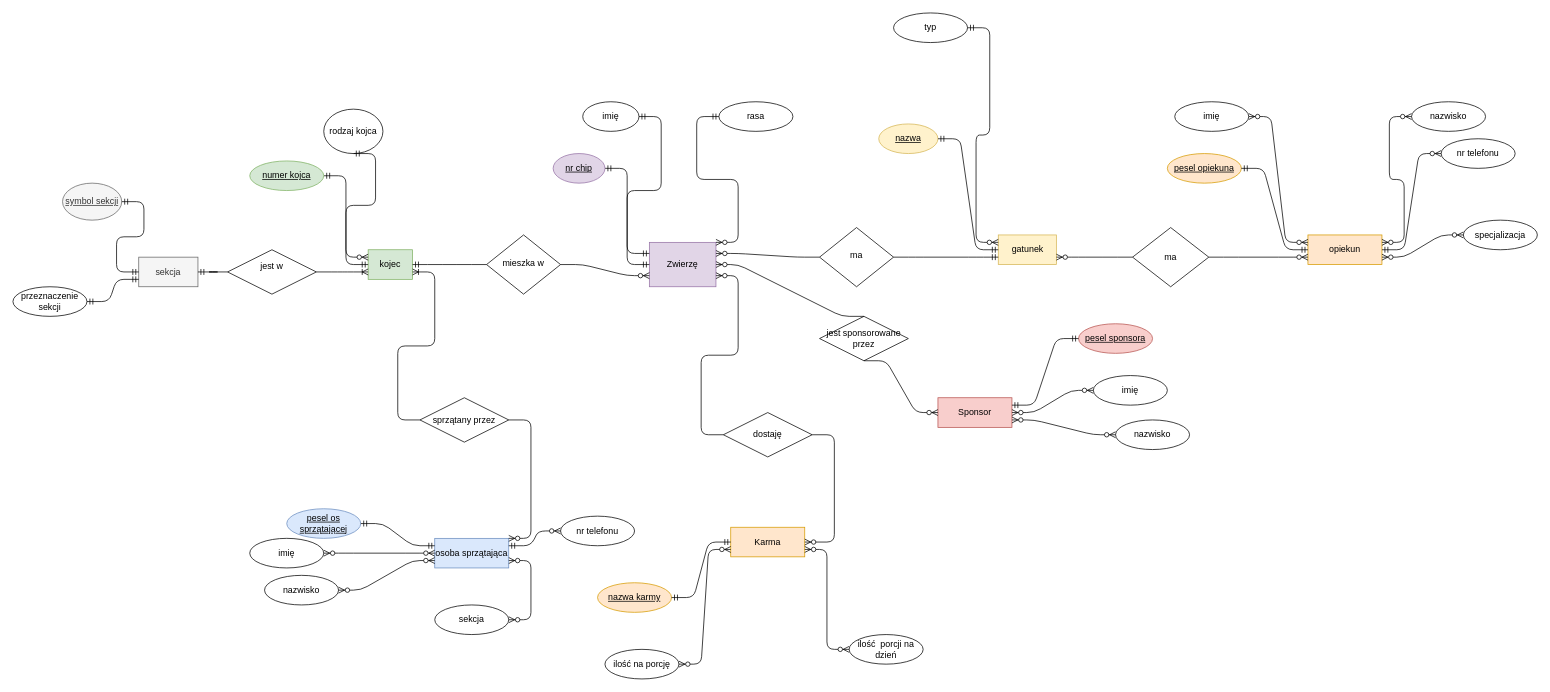
Above: zooerd.drawio in Taviii/RBD (draw.io), before the change. Source tidied: cells renumbered, new cells numbered last; positions are measured from the earlier drawing's top-left corner, leaving out a move shared by most shapes. Both pictures are drawn from the tidied source at 74%, with x=0, y=0 at pixel (13, 13).
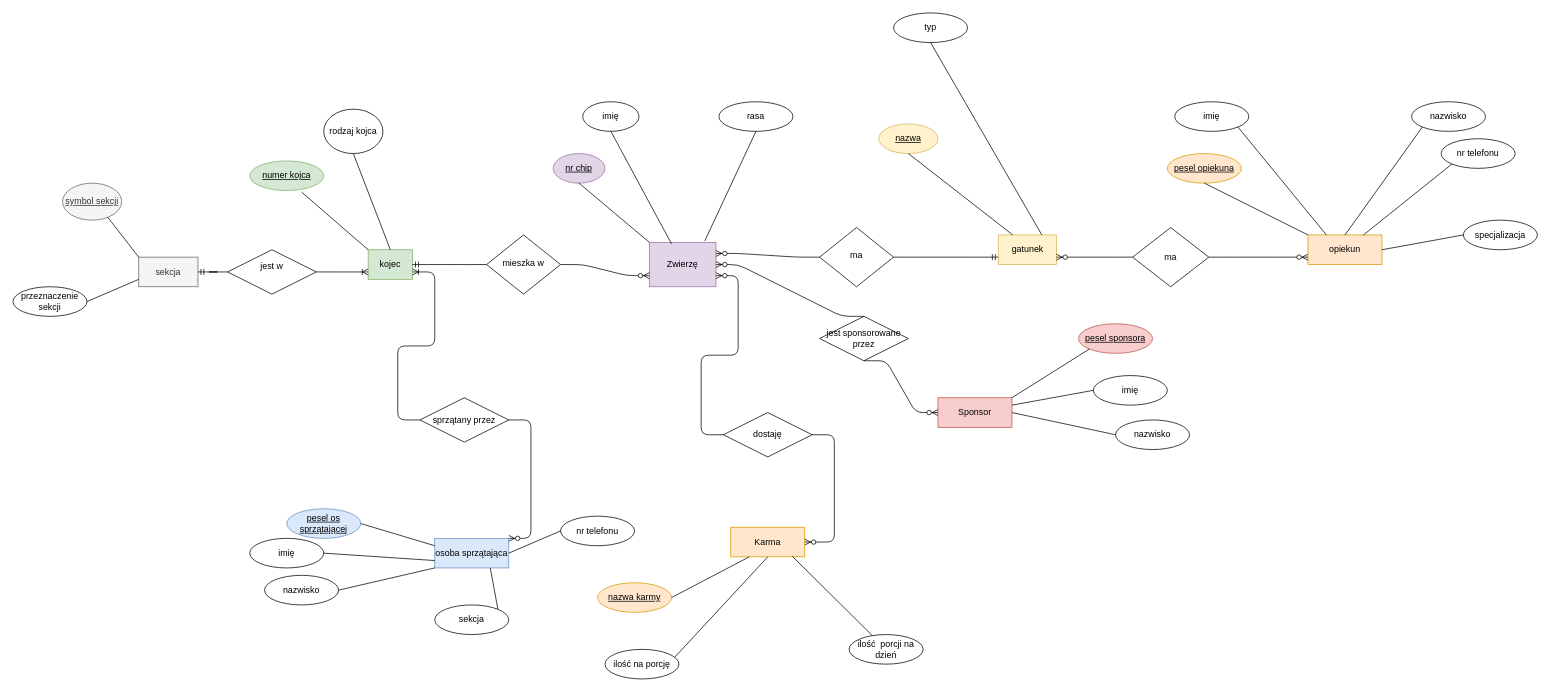
Above is the later version.

The change refers to these unchanged cells:
```xml
<mxCell id="5" value="Zwierzę" style="rounded=0;whiteSpace=wrap;html=1;fillColor=#e1d5e7;strokeColor=#9673a6;" parent="1" vertex="1">
<mxCell id="6" value="kojec" style="rounded=0;whiteSpace=wrap;html=1;fillColor=#d5e8d4;strokeColor=#82b366;" parent="1" vertex="1">
<mxCell id="8" value="sekcja" style="rounded=0;whiteSpace=wrap;html=1;fillColor=#f5f5f5;strokeColor=#666666;fontColor=#333333;" parent="1" vertex="1">
<mxCell id="10" value="imię" style="ellipse;whiteSpace=wrap;html=1;" parent="1" vertex="1">
<mxCell id="14" value="rodzaj kojca" style="ellipse;whiteSpace=wrap;html=1;" parent="1" vertex="1">
<mxCell id="15" value="gatunek" style="rounded=0;whiteSpace=wrap;html=1;fillColor=#fff2cc;strokeColor=#d6b656;" parent="1" vertex="1">
<mxCell id="19" value="opiekun" style="whiteSpace=wrap;html=1;align=center;fillColor=#ffe6cc;strokeColor=#d79b00;" parent="1" vertex="1">
<mxCell id="20" value="Sponsor" style="whiteSpace=wrap;html=1;align=center;fillColor=#f8cecc;strokeColor=#b85450;" parent="1" vertex="1">
<mxCell id="21" value="osoba sprzątająca" style="whiteSpace=wrap;html=1;align=center;fillColor=#dae8fc;strokeColor=#6c8ebf;" parent="1" vertex="1">
<mxCell id="33" value="numer kojca" style="ellipse;whiteSpace=wrap;html=1;align=center;fontStyle=4;fillColor=#d5e8d4;strokeColor=#82b366;" parent="1" vertex="1">
<mxCell id="34" value="nr chip" style="ellipse;whiteSpace=wrap;html=1;align=center;fontStyle=4;fillColor=#e1d5e7;strokeColor=#9673a6;" parent="1" vertex="1">
<mxCell id="35" value="symbol sekcji" style="ellipse;whiteSpace=wrap;html=1;align=center;fontStyle=4;fillColor=#f5f5f5;strokeColor=#666666;fontColor=#333333;" parent="1" vertex="1">
<mxCell id="37" value="nazwa" style="ellipse;whiteSpace=wrap;html=1;align=center;fontStyle=4;fillColor=#fff2cc;strokeColor=#d6b656;" parent="1" vertex="1">
<mxCell id="39" value="typ" style="ellipse;whiteSpace=wrap;html=1;align=center;" parent="1" vertex="1">
<mxCell id="41" value="rasa" style="ellipse;whiteSpace=wrap;html=1;align=center;" parent="1" vertex="1">
<mxCell id="43" value="pesel opiekuna" style="ellipse;whiteSpace=wrap;html=1;align=center;fontStyle=4;fillColor=#ffe6cc;strokeColor=#d79b00;" parent="1" vertex="1">
<mxCell id="45" value="imię" style="ellipse;whiteSpace=wrap;html=1;align=center;" parent="1" vertex="1">
<mxCell id="46" value="nazwisko" style="ellipse;whiteSpace=wrap;html=1;align=center;" parent="1" vertex="1">
<mxCell id="47" value="nr telefonu" style="ellipse;whiteSpace=wrap;html=1;align=center;" parent="1" vertex="1">
<mxCell id="48" value="specjalizacja" style="ellipse;whiteSpace=wrap;html=1;align=center;" parent="1" vertex="1">
<mxCell id="53" value="Karma" style="whiteSpace=wrap;html=1;align=center;fillColor=#ffe6cc;strokeColor=#d79b00;" parent="1" vertex="1">
<mxCell id="57" value="pesel sponsora" style="ellipse;whiteSpace=wrap;html=1;align=center;fontStyle=4;fillColor=#f8cecc;strokeColor=#b85450;" parent="1" vertex="1">
<mxCell id="58" value="imię" style="ellipse;whiteSpace=wrap;html=1;align=center;" parent="1" vertex="1">
<mxCell id="59" value="nazwisko" style="ellipse;whiteSpace=wrap;html=1;align=center;" parent="1" vertex="1">
<mxCell id="63" value="nazwa karmy" style="ellipse;whiteSpace=wrap;html=1;align=center;fontStyle=4;fillColor=#ffe6cc;strokeColor=#d79b00;" parent="1" vertex="1">
<mxCell id="64" value="ilość na porcję" style="ellipse;whiteSpace=wrap;html=1;align=center;" parent="1" vertex="1">
<mxCell id="65" value="ilość&amp;nbsp; porcji na dzień" style="ellipse;whiteSpace=wrap;html=1;align=center;" parent="1" vertex="1">
<mxCell id="69" value="pesel os sprzątającej" style="ellipse;whiteSpace=wrap;html=1;align=center;fontStyle=4;fillColor=#dae8fc;strokeColor=#6c8ebf;" parent="1" vertex="1">
<mxCell id="70" value="imię" style="ellipse;whiteSpace=wrap;html=1;align=center;" parent="1" vertex="1">
<mxCell id="71" value="nazwisko" style="ellipse;whiteSpace=wrap;html=1;align=center;" parent="1" vertex="1">
<mxCell id="72" value="nr telefonu" style="ellipse;whiteSpace=wrap;html=1;align=center;" parent="1" vertex="1">
<mxCell id="73" value="sekcja" style="ellipse;whiteSpace=wrap;html=1;align=center;" parent="1" vertex="1">
```

What changed in the source:
```diff
@@
-    <mxCell id="9" style="edgeStyle=entityRelationEdgeStyle;fontSize=12;html=1;endArrow=ERmandOne;startArrow=ERmandOne;entryX=1;entryY=0.5;entryDx=0;entryDy=0;exitX=0;exitY=0.25;exitDx=0;exitDy=0;" parent="1" edge="1" source="5" target="34">
-      <mxGeometry relative="1" as="geometry" />
-    </mxCell>
@@
-    <mxCell id="11" style="edgeStyle=entityRelationEdgeStyle;fontSize=12;html=1;endArrow=ERmandOne;startArrow=ERmandOne;entryX=1;entryY=0.5;entryDx=0;entryDy=0;exitX=0;exitY=0.5;exitDx=0;exitDy=0;" parent="1" edge="1" source="5" target="10">
-      <mxGeometry relative="1" as="geometry" />
-    </mxCell>
@@
-    <mxCell id="13" style="edgeStyle=entityRelationEdgeStyle;fontSize=12;html=1;endArrow=ERmandOne;startArrow=ERmandOne;entryX=1;entryY=0.5;entryDx=0;entryDy=0;exitX=0;exitY=0.5;exitDx=0;exitDy=0;" parent="1" edge="1" source="6" target="33">
-      <mxGeometry relative="1" as="geometry" />
-    </mxCell>
@@
-    <mxCell id="32" style="edgeStyle=entityRelationEdgeStyle;fontSize=12;html=1;endArrow=ERzeroToMany;startArrow=ERmandOne;exitX=0.5;exitY=1;exitDx=0;exitDy=0;entryX=0;entryY=0.25;entryDx=0;entryDy=0;" parent="1" edge="1" source="14" target="6">
-      <mxGeometry relative="1" as="geometry" />
-    </mxCell>
@@
-    <mxCell id="36" style="edgeStyle=entityRelationEdgeStyle;fontSize=12;html=1;endArrow=ERmandOne;startArrow=ERmandOne;entryX=1;entryY=0.5;entryDx=0;entryDy=0;exitX=0;exitY=0.5;exitDx=0;exitDy=0;" parent="1" edge="1" source="8" target="35">
-      <mxGeometry relative="1" as="geometry" />
-    </mxCell>
@@
-    <mxCell id="38" style="edgeStyle=entityRelationEdgeStyle;fontSize=12;html=1;endArrow=ERmandOne;startArrow=ERmandOne;entryX=1;entryY=0.5;entryDx=0;entryDy=0;exitX=0;exitY=0.5;exitDx=0;exitDy=0;" parent="1" edge="1" source="15" target="37">
-      <mxGeometry relative="1" as="geometry" />
-    </mxCell>
@@
-    <mxCell id="40" style="edgeStyle=entityRelationEdgeStyle;fontSize=12;html=1;endArrow=ERzeroToMany;startArrow=ERmandOne;exitX=1;exitY=0.5;exitDx=0;exitDy=0;entryX=0;entryY=0.25;entryDx=0;entryDy=0;" parent="1" edge="1" source="39" target="15">
-      <mxGeometry relative="1" as="geometry" />
-    </mxCell>
@@
-    <mxCell id="42" style="edgeStyle=entityRelationEdgeStyle;fontSize=12;html=1;endArrow=ERzeroToMany;startArrow=ERmandOne;exitX=0;exitY=0.5;exitDx=0;exitDy=0;entryX=1;entryY=0;entryDx=0;entryDy=0;" parent="1" edge="1" source="41" target="5">
-      <mxGeometry relative="1" as="geometry" />
-    </mxCell>
@@
-    <mxCell id="44" style="edgeStyle=entityRelationEdgeStyle;fontSize=12;html=1;endArrow=ERmandOne;startArrow=ERmandOne;entryX=1;entryY=0.5;entryDx=0;entryDy=0;exitX=0;exitY=0.5;exitDx=0;exitDy=0;" parent="1" edge="1" source="19" target="43">
-      <mxGeometry relative="1" as="geometry" />
-    </mxCell>
@@
-    <mxCell id="49" style="edgeStyle=entityRelationEdgeStyle;fontSize=12;html=1;endArrow=ERzeroToMany;endFill=1;startArrow=ERzeroToMany;entryX=1;entryY=0.5;entryDx=0;entryDy=0;exitX=0;exitY=0.25;exitDx=0;exitDy=0;" parent="1" edge="1" source="19" target="45">
-      <mxGeometry relative="1" as="geometry" />
-    </mxCell>
-    <mxCell id="50" style="edgeStyle=entityRelationEdgeStyle;fontSize=12;html=1;endArrow=ERzeroToMany;endFill=1;startArrow=ERzeroToMany;entryX=0;entryY=0.5;entryDx=0;entryDy=0;exitX=1;exitY=0.25;exitDx=0;exitDy=0;" parent="1" edge="1" source="19" target="46">
-      <mxGeometry relative="1" as="geometry" />
-    </mxCell>
-    <mxCell id="51" style="edgeStyle=entityRelationEdgeStyle;fontSize=12;html=1;endArrow=ERzeroToMany;startArrow=ERmandOne;entryX=0;entryY=0.5;entryDx=0;entryDy=0;" parent="1" edge="1" source="19" target="47">
-      <mxGeometry relative="1" as="geometry" />
-    </mxCell>
-    <mxCell id="52" style="edgeStyle=entityRelationEdgeStyle;fontSize=12;html=1;endArrow=ERzeroToMany;endFill=1;startArrow=ERzeroToMany;entryX=0;entryY=0.5;entryDx=0;entryDy=0;exitX=1;exitY=0.75;exitDx=0;exitDy=0;" parent="1" edge="1" source="19" target="48">
-      <mxGeometry relative="1" as="geometry" />
-    </mxCell>
@@
-    <mxCell id="60" style="edgeStyle=entityRelationEdgeStyle;fontSize=12;html=1;endArrow=ERmandOne;startArrow=ERmandOne;entryX=0;entryY=0.5;entryDx=0;entryDy=0;exitX=1;exitY=0.25;exitDx=0;exitDy=0;" parent="1" edge="1" source="20" target="57">
-      <mxGeometry relative="1" as="geometry" />
-    </mxCell>
-    <mxCell id="61" style="edgeStyle=entityRelationEdgeStyle;fontSize=12;html=1;endArrow=ERzeroToMany;endFill=1;startArrow=ERzeroToMany;entryX=0;entryY=0.5;entryDx=0;entryDy=0;exitX=1;exitY=0.5;exitDx=0;exitDy=0;" parent="1" edge="1" source="20" target="58">
-      <mxGeometry relative="1" as="geometry" />
-    </mxCell>
-    <mxCell id="62" style="edgeStyle=entityRelationEdgeStyle;fontSize=12;html=1;endArrow=ERzeroToMany;endFill=1;startArrow=ERzeroToMany;entryX=0;entryY=0.5;entryDx=0;entryDy=0;exitX=1;exitY=0.75;exitDx=0;exitDy=0;" parent="1" edge="1" source="20" target="59">
-      <mxGeometry relative="1" as="geometry" />
-    </mxCell>
@@
-    <mxCell id="66" style="edgeStyle=entityRelationEdgeStyle;fontSize=12;html=1;endArrow=ERmandOne;startArrow=ERmandOne;entryX=0;entryY=0.5;entryDx=0;entryDy=0;exitX=1;exitY=0.5;exitDx=0;exitDy=0;" parent="1" edge="1" source="63" target="53">
-      <mxGeometry relative="1" as="geometry" />
-    </mxCell>
-    <mxCell id="67" style="edgeStyle=entityRelationEdgeStyle;fontSize=12;html=1;endArrow=ERzeroToMany;endFill=1;startArrow=ERzeroToMany;entryX=0;entryY=0.75;entryDx=0;entryDy=0;exitX=1;exitY=0.5;exitDx=0;exitDy=0;" parent="1" edge="1" source="64" target="53">
-      <mxGeometry relative="1" as="geometry" />
-    </mxCell>
-    <mxCell id="68" style="edgeStyle=entityRelationEdgeStyle;fontSize=12;html=1;endArrow=ERzeroToMany;endFill=1;startArrow=ERzeroToMany;entryX=1;entryY=0.75;entryDx=0;entryDy=0;exitX=0;exitY=0.5;exitDx=0;exitDy=0;" parent="1" edge="1" source="65" target="53">
-      <mxGeometry relative="1" as="geometry" />
-    </mxCell>
@@
-    <mxCell id="74" style="edgeStyle=entityRelationEdgeStyle;fontSize=12;html=1;endArrow=ERmandOne;startArrow=ERmandOne;entryX=1;entryY=0.5;entryDx=0;entryDy=0;exitX=0;exitY=0.25;exitDx=0;exitDy=0;" parent="1" edge="1" source="21" target="69">
-      <mxGeometry relative="1" as="geometry" />
-    </mxCell>
+    <mxCell id="79" value="przeznaczenie sekcji" style="ellipse;whiteSpace=wrap;html=1;align=center;" parent="1" vertex="1">
+      <mxGeometry y="370" width="100" height="40" as="geometry" />
+    </mxCell>
+    <mxCell id="32" style="endArrow=none;html=1;rounded=0;entryX=0.5;entryY=0;entryDx=0;entryDy=0;exitX=0.5;exitY=1;exitDx=0;exitDy=0;" parent="1" edge="1" source="14" target="6">
+      <mxGeometry relative="1" as="geometry" />
+    </mxCell>
+    <mxCell id="81" style="endArrow=none;html=1;rounded=0;entryX=0;entryY=0;entryDx=0;entryDy=0;exitX=0.7;exitY=1.05;exitDx=0;exitDy=0;exitPerimeter=0;" parent="1" edge="1" source="33" target="6">
+      <mxGeometry relative="1" as="geometry" />
+    </mxCell>
+    <mxCell id="82" style="endArrow=none;html=1;rounded=0;exitX=0.763;exitY=0.92;exitDx=0;exitDy=0;exitPerimeter=0;entryX=0;entryY=0;entryDx=0;entryDy=0;" parent="1" edge="1" source="35" target="8">
+      <mxGeometry relative="1" as="geometry" />
+    </mxCell>
+    <mxCell id="80" style="endArrow=none;html=1;rounded=0;exitX=1;exitY=0.5;exitDx=0;exitDy=0;entryX=0;entryY=0.75;entryDx=0;entryDy=0;" parent="1" edge="1" source="79" target="8">
+      <mxGeometry relative="1" as="geometry" />
+    </mxCell>
+    <mxCell id="83" style="endArrow=none;html=1;rounded=0;exitX=0.5;exitY=1;exitDx=0;exitDy=0;entryX=0;entryY=0;entryDx=0;entryDy=0;" parent="1" edge="1" source="34" target="5">
+      <mxGeometry relative="1" as="geometry" />
+    </mxCell>
+    <mxCell id="84" style="endArrow=none;html=1;rounded=0;exitX=0.5;exitY=1;exitDx=0;exitDy=0;entryX=0.333;entryY=0.033;entryDx=0;entryDy=0;entryPerimeter=0;" parent="1" edge="1" source="10" target="5">
+      <mxGeometry relative="1" as="geometry" />
+    </mxCell>
+    <mxCell id="85" style="endArrow=none;html=1;rounded=0;entryX=0.5;entryY=1;entryDx=0;entryDy=0;exitX=0.833;exitY=-0.033;exitDx=0;exitDy=0;exitPerimeter=0;" parent="1" edge="1" source="5" target="41">
+      <mxGeometry relative="1" as="geometry" />
+    </mxCell>
+    <mxCell id="86" style="endArrow=none;html=1;rounded=0;exitX=0.5;exitY=1;exitDx=0;exitDy=0;entryX=0.25;entryY=0;entryDx=0;entryDy=0;" parent="1" edge="1" source="37" target="15">
+      <mxGeometry relative="1" as="geometry" />
+    </mxCell>
+    <mxCell id="40" style="endArrow=none;html=1;rounded=0;exitX=0.5;exitY=1;exitDx=0;exitDy=0;entryX=0.75;entryY=0;entryDx=0;entryDy=0;" parent="1" edge="1" source="39" target="15">
+      <mxGeometry relative="1" as="geometry" />
+    </mxCell>
+    <mxCell id="87" style="endArrow=none;html=1;rounded=0;exitX=0.5;exitY=1;exitDx=0;exitDy=0;entryX=0;entryY=0;entryDx=0;entryDy=0;" parent="1" edge="1" source="43" target="19">
+      <mxGeometry relative="1" as="geometry" />
+    </mxCell>
+    <mxCell id="88" style="endArrow=none;html=1;rounded=0;exitX=1;exitY=1;exitDx=0;exitDy=0;entryX=0.25;entryY=0;entryDx=0;entryDy=0;" parent="1" edge="1" source="45" target="19">
+      <mxGeometry relative="1" as="geometry" />
+    </mxCell>
+    <mxCell id="89" style="endArrow=none;html=1;rounded=0;exitX=0;exitY=1;exitDx=0;exitDy=0;entryX=0.5;entryY=0;entryDx=0;entryDy=0;" parent="1" edge="1" source="46" target="19">
+      <mxGeometry relative="1" as="geometry" />
+    </mxCell>
+    <mxCell id="90" style="endArrow=none;html=1;rounded=0;entryX=0.75;entryY=0;entryDx=0;entryDy=0;exitX=0;exitY=1;exitDx=0;exitDy=0;" parent="1" edge="1" source="47" target="19">
+      <mxGeometry relative="1" as="geometry" />
+    </mxCell>
+    <mxCell id="52" style="endArrow=none;html=1;rounded=0;entryX=0;entryY=0.5;entryDx=0;entryDy=0;exitX=1;exitY=0.5;exitDx=0;exitDy=0;" parent="1" edge="1" source="19" target="48">
+      <mxGeometry relative="1" as="geometry" />
+    </mxCell>
+    <mxCell id="60" style="endArrow=none;html=1;rounded=0;exitX=1;exitY=0;exitDx=0;exitDy=0;entryX=0;entryY=1;entryDx=0;entryDy=0;" parent="1" edge="1" source="20" target="57">
+      <mxGeometry relative="1" as="geometry" />
+    </mxCell>
+    <mxCell id="91" style="endArrow=none;html=1;rounded=0;exitX=1;exitY=0.25;exitDx=0;exitDy=0;" parent="1" edge="1" source="20">
+      <mxGeometry relative="1" as="geometry">
+        <mxPoint x="1460" y="510" as="targetPoint" />
+      </mxGeometry>
+    </mxCell>
+    <mxCell id="62" style="endArrow=none;html=1;rounded=0;exitX=1;exitY=0.5;exitDx=0;exitDy=0;entryX=0;entryY=0.5;entryDx=0;entryDy=0;" parent="1" edge="1" source="20" target="59">
+      <mxGeometry relative="1" as="geometry" />
+    </mxCell>
+    <mxCell id="92" style="endArrow=none;html=1;rounded=0;exitX=0.83;exitY=0.975;exitDx=0;exitDy=0;exitPerimeter=0;" parent="1" edge="1" source="53" target="65">
+      <mxGeometry relative="1" as="geometry" />
+    </mxCell>
+    <mxCell id="93" style="endArrow=none;html=1;rounded=0;exitX=0.5;exitY=1;exitDx=0;exitDy=0;entryX=0.95;entryY=0.25;entryDx=0;entryDy=0;entryPerimeter=0;" parent="1" edge="1" source="53" target="64">
+      <mxGeometry relative="1" as="geometry" />
+    </mxCell>
+    <mxCell id="94" style="endArrow=none;html=1;rounded=0;exitX=0.25;exitY=1;exitDx=0;exitDy=0;entryX=1;entryY=0.5;entryDx=0;entryDy=0;" parent="1" edge="1" source="53" target="63">
+      <mxGeometry relative="1" as="geometry" />
+    </mxCell>
+    <mxCell id="77" style="endArrow=none;html=1;rounded=0;exitX=1;exitY=0.5;exitDx=0;exitDy=0;entryX=0;entryY=0.5;entryDx=0;entryDy=0;" parent="1" edge="1" source="21" target="72">
+      <mxGeometry relative="1" as="geometry" />
+    </mxCell>
+    <mxCell id="78" style="endArrow=none;html=1;rounded=0;exitX=0.75;exitY=1;exitDx=0;exitDy=0;entryX=1;entryY=0;entryDx=0;entryDy=0;" parent="1" edge="1" source="21" target="73">
+      <mxGeometry relative="1" as="geometry" />
+    </mxCell>
+    <mxCell id="95" style="endArrow=none;html=1;rounded=0;exitX=1;exitY=0.5;exitDx=0;exitDy=0;entryX=0;entryY=0.25;entryDx=0;entryDy=0;" parent="1" edge="1" source="69" target="21">
+      <mxGeometry relative="1" as="geometry" />
+    </mxCell>
-    <mxCell id="75" style="edgeStyle=entityRelationEdgeStyle;fontSize=12;html=1;endArrow=ERzeroToMany;endFill=1;startArrow=ERzeroToMany;entryX=0;entryY=0.5;entryDx=0;entryDy=0;exitX=1;exitY=0.5;exitDx=0;exitDy=0;" parent="1" edge="1" source="70" target="21">
+    <mxCell id="75" style="endArrow=none;html=1;rounded=0;exitX=1;exitY=0.5;exitDx=0;exitDy=0;entryX=0;entryY=0.75;entryDx=0;entryDy=0;" parent="1" edge="1" source="70" target="21">
       <mxGeometry relative="1" as="geometry" />
     </mxCell>
-    <mxCell id="76" style="edgeStyle=entityRelationEdgeStyle;fontSize=12;html=1;endArrow=ERzeroToMany;endFill=1;startArrow=ERzeroToMany;entryX=0;entryY=0.75;entryDx=0;entryDy=0;exitX=1;exitY=0.5;exitDx=0;exitDy=0;" parent="1" edge="1" source="71" target="21">
+    <mxCell id="76" style="endArrow=none;html=1;rounded=0;exitX=1;exitY=0.5;exitDx=0;exitDy=0;entryX=0;entryY=1;entryDx=0;entryDy=0;" parent="1" edge="1" source="71" target="21">
       <mxGeometry relative="1" as="geometry" />
     </mxCell>
-    <mxCell id="77" style="edgeStyle=entityRelationEdgeStyle;fontSize=12;html=1;endArrow=ERzeroToMany;startArrow=ERmandOne;exitX=1;exitY=0.25;exitDx=0;exitDy=0;entryX=0;entryY=0.5;entryDx=0;entryDy=0;" parent="1" edge="1" source="21" target="72">
-      <mxGeometry relative="1" as="geometry" />
-    </mxCell>
-    <mxCell id="78" style="edgeStyle=entityRelationEdgeStyle;fontSize=12;html=1;endArrow=ERzeroToMany;endFill=1;startArrow=ERzeroToMany;exitX=1;exitY=0.75;exitDx=0;exitDy=0;entryX=1;entryY=0.5;entryDx=0;entryDy=0;" parent="1" edge="1" source="21" target="73">
-      <mxGeometry relative="1" as="geometry" />
-    </mxCell>
-    <mxCell id="79" value="przeznaczenie sekcji" style="ellipse;whiteSpace=wrap;html=1;align=center;" parent="1" vertex="1">
-      <mxGeometry y="370" width="100" height="40" as="geometry" />
-    </mxCell>
-    <mxCell id="80" style="edgeStyle=entityRelationEdgeStyle;fontSize=12;html=1;endArrow=ERmandOne;startArrow=ERmandOne;entryX=0;entryY=0.75;entryDx=0;entryDy=0;exitX=1;exitY=0.5;exitDx=0;exitDy=0;" parent="1" edge="1" source="79" target="8">
-      <mxGeometry relative="1" as="geometry" />
-    </mxCell>
```
